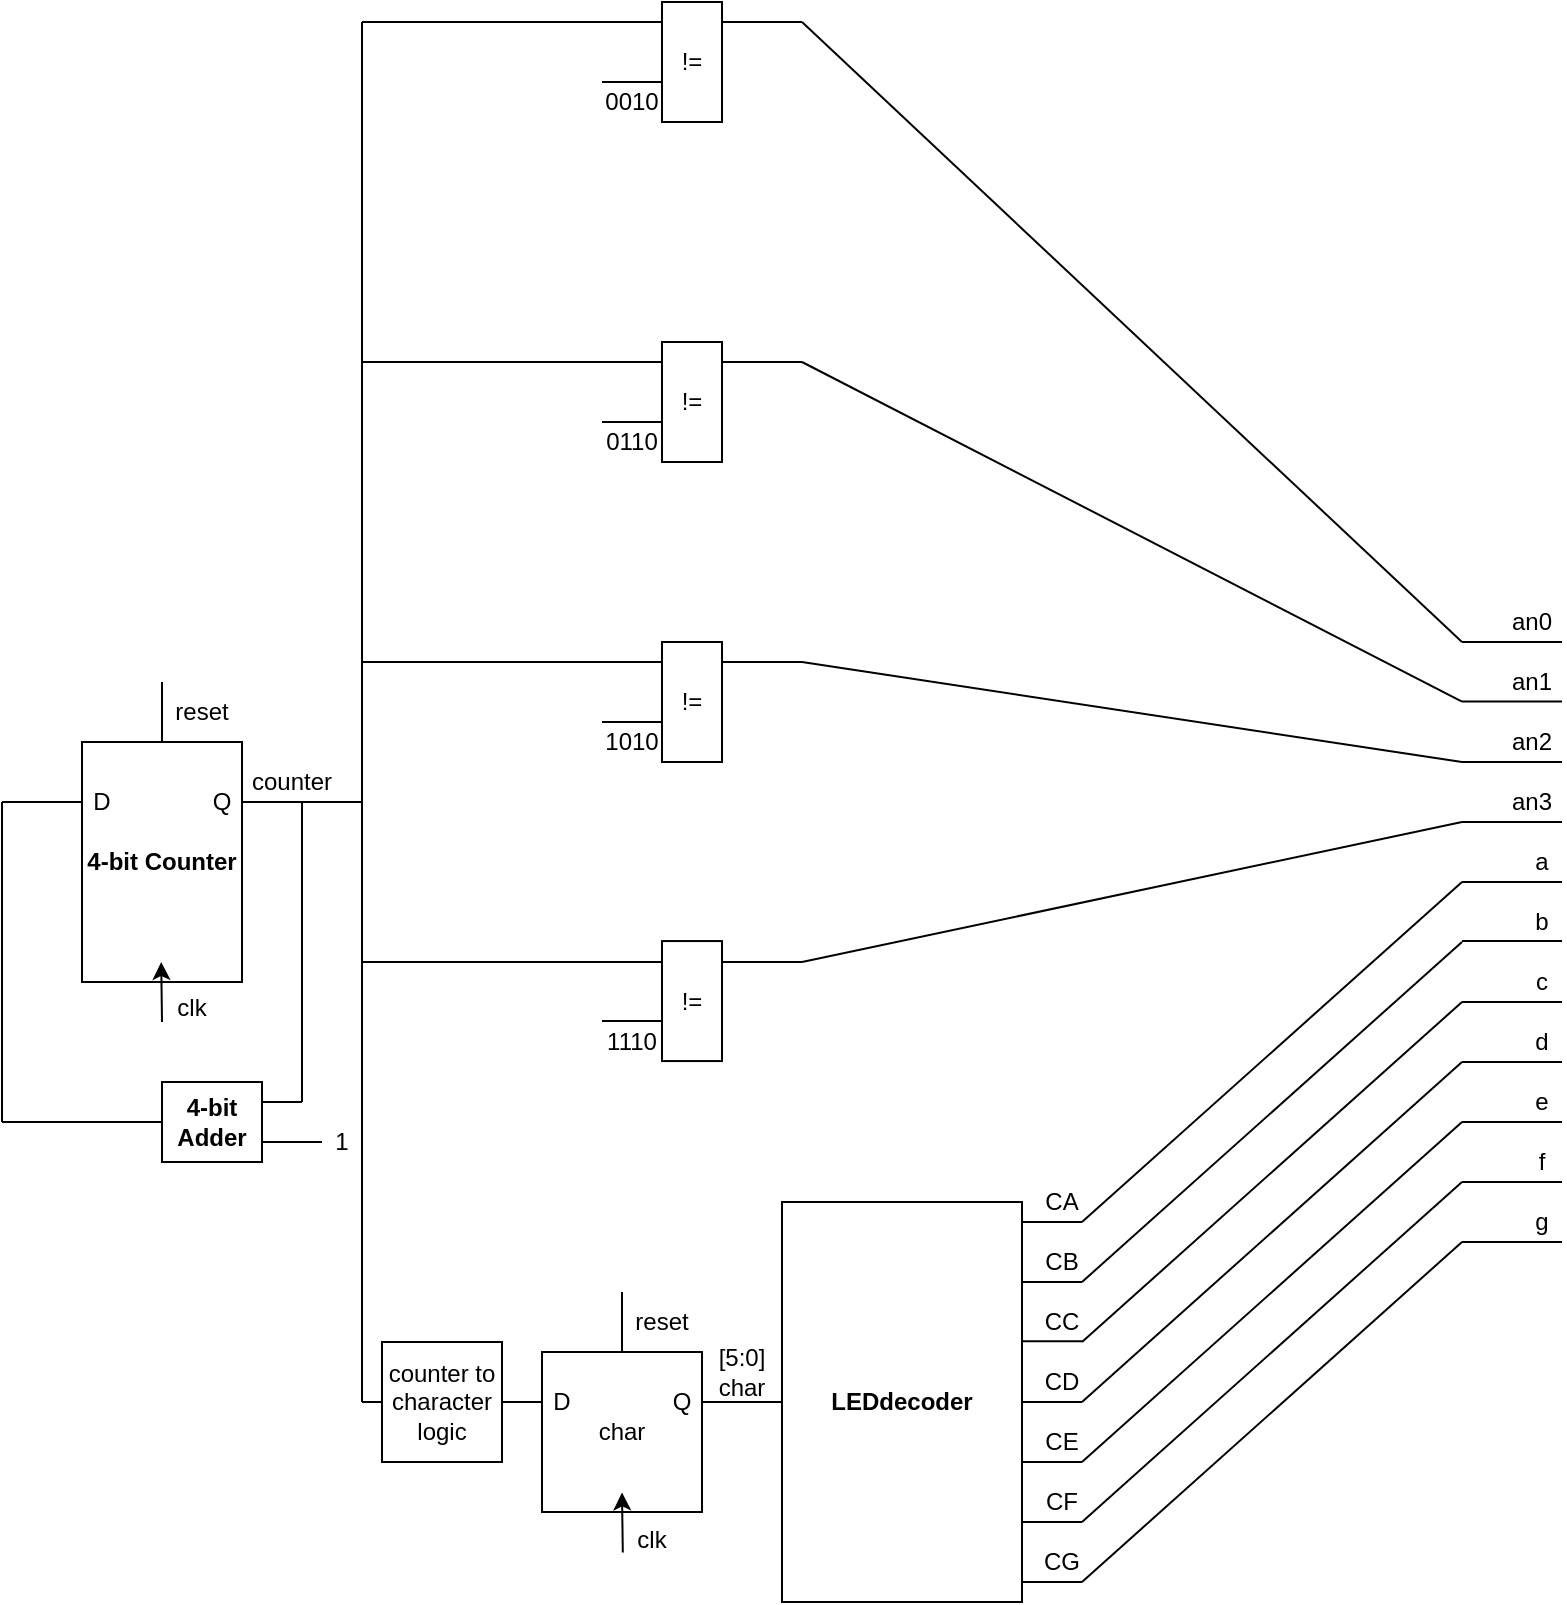
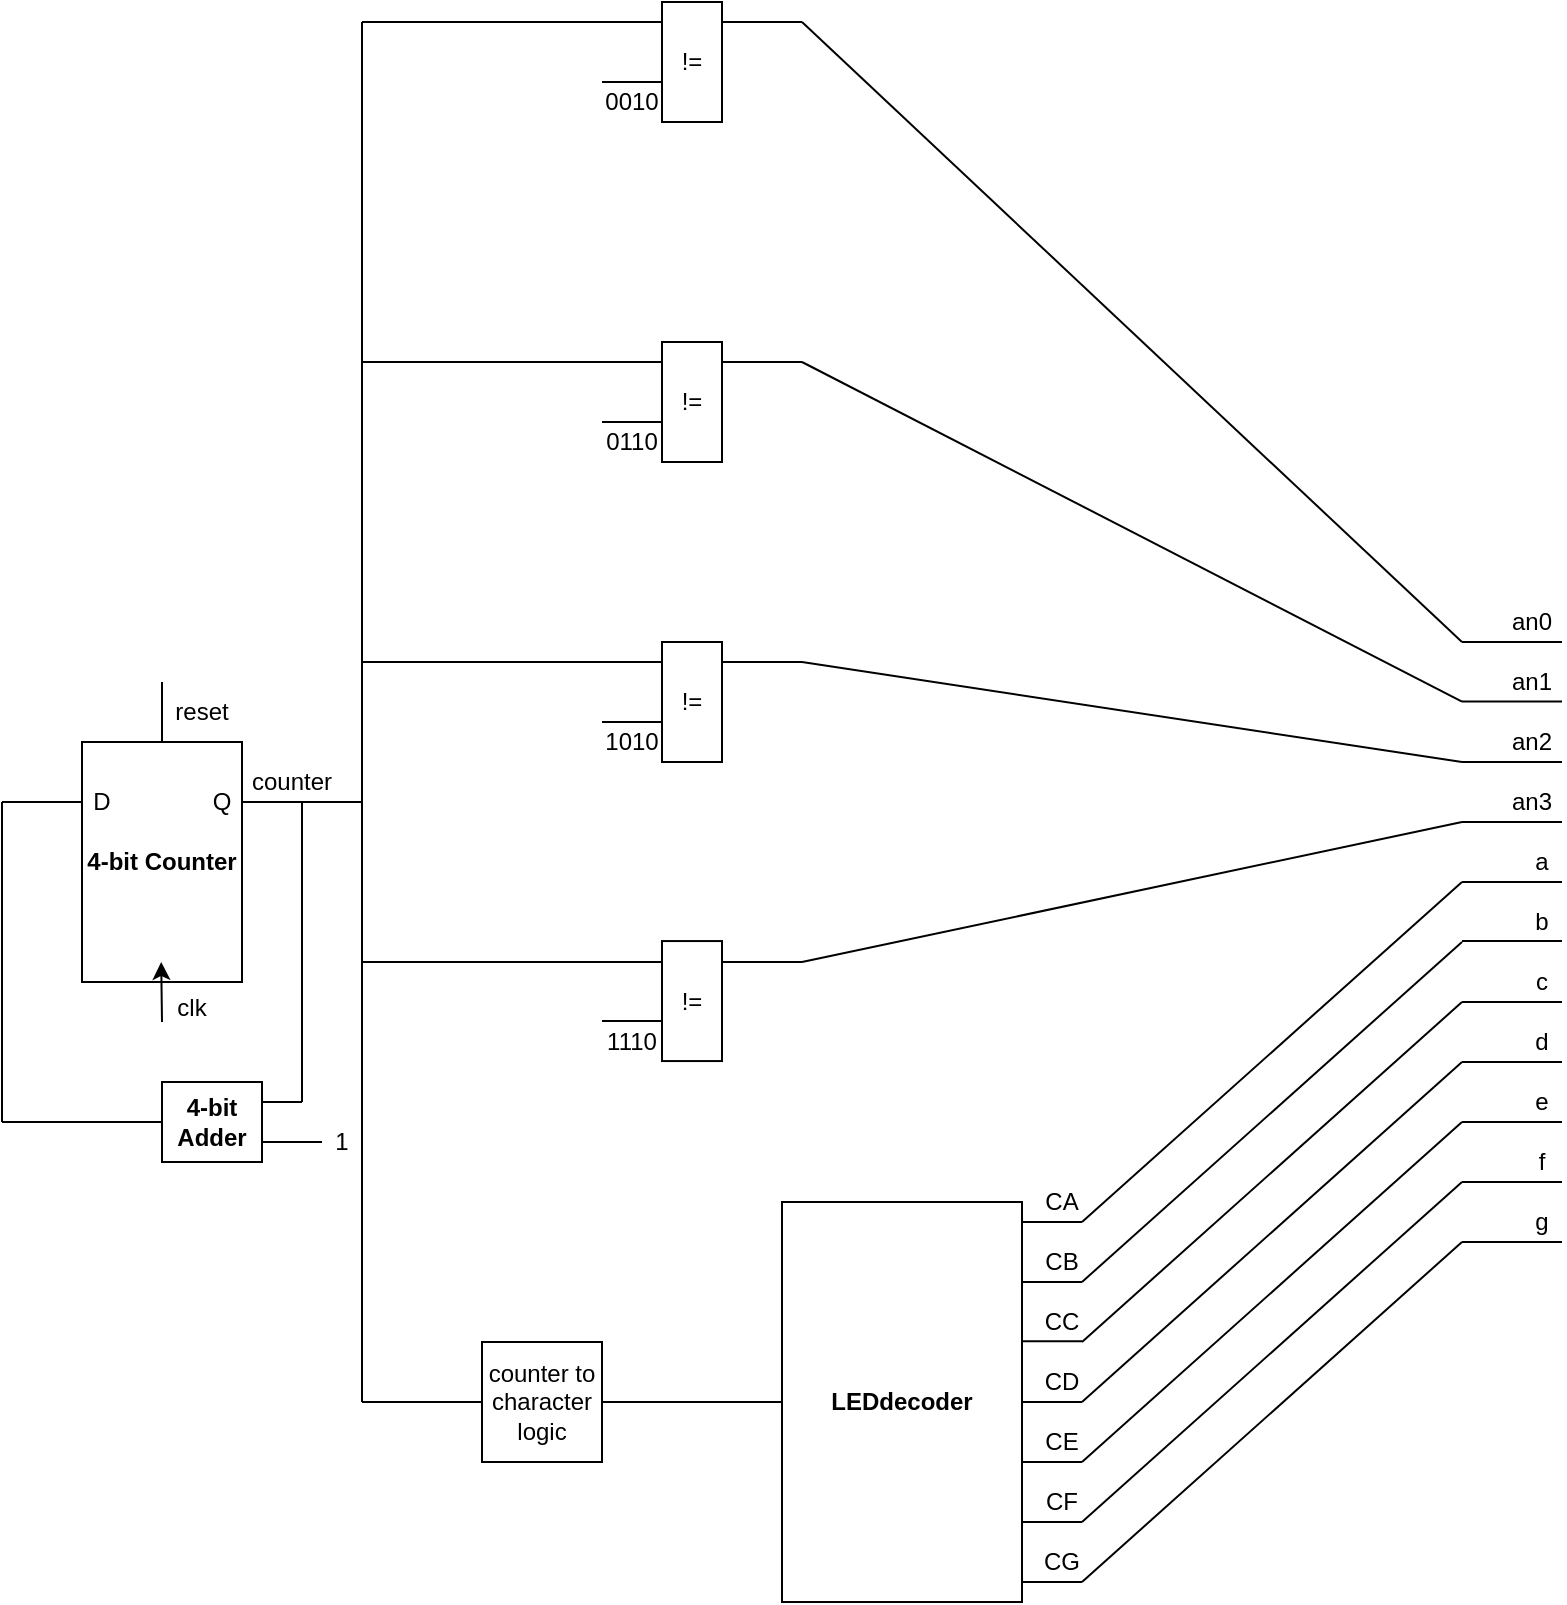
<mxfile host="app.diagrams.net" agent="Mozilla/5.0 (Windows NT 10.0; Win64; x64) AppleWebKit/537.36 (KHTML, like Gecko) Chrome/129.0.0.0 Safari/537.36" version="24.7.17">
  <diagram name="Page-1" id="hpPfOp3uY8buvRwtda5L">
-     <mxGraphModel dx="1185" dy="647" grid="1" gridSize="10" guides="1" tooltips="1" connect="1" arrows="1" fold="1" page="1" pageScale="1" pageWidth="850" pageHeight="1100" math="0" shadow="0">
+     <mxGraphModel dx="1430" dy="781" grid="1" gridSize="10" guides="1" tooltips="1" connect="1" arrows="1" fold="1" page="1" pageScale="1" pageWidth="850" pageHeight="1100" math="0" shadow="0">
      <root>
        <mxCell id="0" />
        <mxCell id="1" parent="0" />
        <mxCell id="9CYQvoIqutxqGw7--wnA-104" value="&lt;b&gt;4-bit Counter&lt;/b&gt;" style="rounded=0;whiteSpace=wrap;html=1;" parent="1" vertex="1">
          <mxGeometry x="60" y="460" width="80" height="120" as="geometry" />
        </mxCell>
        <mxCell id="9CYQvoIqutxqGw7--wnA-106" value="" style="endArrow=classic;html=1;rounded=0;" parent="1" edge="1">
          <mxGeometry width="50" height="50" relative="1" as="geometry">
            <mxPoint x="100" y="600" as="sourcePoint" />
            <mxPoint x="99.6" y="570" as="targetPoint" />
          </mxGeometry>
        </mxCell>
        <mxCell id="9CYQvoIqutxqGw7--wnA-107" value="" style="group" parent="1" vertex="1" connectable="0">
          <mxGeometry x="100" y="580" width="30" height="20" as="geometry" />
        </mxCell>
        <mxCell id="9CYQvoIqutxqGw7--wnA-108" value="clk" style="text;html=1;align=center;verticalAlign=middle;whiteSpace=wrap;rounded=0;movable=1;resizable=1;rotatable=1;deletable=1;editable=1;locked=0;connectable=1;" parent="9CYQvoIqutxqGw7--wnA-107" vertex="1">
          <mxGeometry y="6.666666666666666" width="30" height="13.333333333333332" as="geometry" />
        </mxCell>
        <mxCell id="9CYQvoIqutxqGw7--wnA-109" value="" style="endArrow=none;html=1;rounded=0;exitX=1;exitY=0.25;exitDx=0;exitDy=0;" parent="1" source="9CYQvoIqutxqGw7--wnA-104" edge="1">
          <mxGeometry width="50" height="50" relative="1" as="geometry">
            <mxPoint x="140" y="480" as="sourcePoint" />
            <mxPoint x="170" y="490" as="targetPoint" />
          </mxGeometry>
        </mxCell>
        <mxCell id="9CYQvoIqutxqGw7--wnA-110" value="" style="endArrow=none;html=1;rounded=0;" parent="1" edge="1">
          <mxGeometry width="50" height="50" relative="1" as="geometry">
            <mxPoint x="170" y="640" as="sourcePoint" />
            <mxPoint x="170" y="490" as="targetPoint" />
          </mxGeometry>
        </mxCell>
        <mxCell id="9CYQvoIqutxqGw7--wnA-112" value="&lt;b&gt;4-bit Adder&lt;/b&gt;" style="rounded=0;whiteSpace=wrap;html=1;rotation=0;" parent="1" vertex="1">
          <mxGeometry x="100" y="630" width="50" height="40" as="geometry" />
        </mxCell>
        <mxCell id="9CYQvoIqutxqGw7--wnA-113" value="" style="endArrow=none;html=1;rounded=0;" parent="1" edge="1">
          <mxGeometry width="50" height="50" relative="1" as="geometry">
            <mxPoint x="150" y="660" as="sourcePoint" />
            <mxPoint x="180" y="660" as="targetPoint" />
          </mxGeometry>
        </mxCell>
        <mxCell id="9CYQvoIqutxqGw7--wnA-114" value="" style="endArrow=none;html=1;rounded=0;exitX=1;exitY=0.25;exitDx=0;exitDy=0;" parent="1" source="9CYQvoIqutxqGw7--wnA-112" edge="1">
          <mxGeometry width="50" height="50" relative="1" as="geometry">
            <mxPoint x="270" y="650" as="sourcePoint" />
            <mxPoint x="170" y="640" as="targetPoint" />
          </mxGeometry>
        </mxCell>
        <mxCell id="9CYQvoIqutxqGw7--wnA-118" value="1" style="text;html=1;align=center;verticalAlign=middle;whiteSpace=wrap;rounded=0;" parent="1" vertex="1">
          <mxGeometry x="180" y="650" width="20" height="20" as="geometry" />
        </mxCell>
        <mxCell id="9CYQvoIqutxqGw7--wnA-119" value="" style="endArrow=none;html=1;rounded=0;entryX=0;entryY=0.5;entryDx=0;entryDy=0;" parent="1" target="9CYQvoIqutxqGw7--wnA-112" edge="1">
          <mxGeometry width="50" height="50" relative="1" as="geometry">
            <mxPoint x="20" y="650" as="sourcePoint" />
            <mxPoint x="80" y="650" as="targetPoint" />
          </mxGeometry>
        </mxCell>
        <mxCell id="9CYQvoIqutxqGw7--wnA-120" value="" style="endArrow=none;html=1;rounded=0;" parent="1" edge="1">
          <mxGeometry width="50" height="50" relative="1" as="geometry">
            <mxPoint x="20" y="650" as="sourcePoint" />
            <mxPoint x="20" y="490" as="targetPoint" />
          </mxGeometry>
        </mxCell>
        <mxCell id="9CYQvoIqutxqGw7--wnA-122" value="" style="endArrow=none;html=1;rounded=0;entryX=0;entryY=0.25;entryDx=0;entryDy=0;" parent="1" target="9CYQvoIqutxqGw7--wnA-104" edge="1">
          <mxGeometry width="50" height="50" relative="1" as="geometry">
            <mxPoint x="20" y="490" as="sourcePoint" />
            <mxPoint x="210" y="480" as="targetPoint" />
          </mxGeometry>
        </mxCell>
        <mxCell id="9CYQvoIqutxqGw7--wnA-123" value="Q" style="text;html=1;align=center;verticalAlign=middle;whiteSpace=wrap;rounded=0;" parent="1" vertex="1">
          <mxGeometry x="120" y="480" width="20" height="20" as="geometry" />
        </mxCell>
        <mxCell id="9CYQvoIqutxqGw7--wnA-124" value="D" style="text;html=1;align=center;verticalAlign=middle;whiteSpace=wrap;rounded=0;" parent="1" vertex="1">
          <mxGeometry x="60" y="475" width="20" height="30" as="geometry" />
        </mxCell>
        <mxCell id="9CYQvoIqutxqGw7--wnA-126" value="" style="endArrow=none;html=1;rounded=0;exitX=0.5;exitY=0;exitDx=0;exitDy=0;" parent="1" source="9CYQvoIqutxqGw7--wnA-104" edge="1">
          <mxGeometry width="50" height="50" relative="1" as="geometry">
            <mxPoint x="100" y="400" as="sourcePoint" />
            <mxPoint x="100" y="430" as="targetPoint" />
            <Array as="points" />
          </mxGeometry>
        </mxCell>
        <mxCell id="9CYQvoIqutxqGw7--wnA-127" value="reset" style="text;html=1;align=center;verticalAlign=middle;whiteSpace=wrap;rounded=0;" parent="1" vertex="1">
          <mxGeometry x="100" y="430" width="40" height="30" as="geometry" />
        </mxCell>
        <mxCell id="9CYQvoIqutxqGw7--wnA-128" value="" style="endArrow=none;html=1;rounded=0;" parent="1" edge="1">
          <mxGeometry width="50" height="50" relative="1" as="geometry">
            <mxPoint x="750" y="410" as="sourcePoint" />
            <mxPoint x="800" y="410" as="targetPoint" />
          </mxGeometry>
        </mxCell>
        <mxCell id="9CYQvoIqutxqGw7--wnA-129" value="an0" style="text;html=1;align=center;verticalAlign=middle;whiteSpace=wrap;rounded=0;container=0;" parent="1" vertex="1">
          <mxGeometry x="770" y="390" width="30" height="20" as="geometry" />
        </mxCell>
        <mxCell id="9CYQvoIqutxqGw7--wnA-130" value="" style="endArrow=none;html=1;rounded=0;" parent="1" edge="1">
          <mxGeometry width="50" height="50" relative="1" as="geometry">
            <mxPoint x="750" y="439.78" as="sourcePoint" />
            <mxPoint x="800" y="439.78" as="targetPoint" />
          </mxGeometry>
        </mxCell>
        <mxCell id="9CYQvoIqutxqGw7--wnA-131" value="an1" style="text;html=1;align=center;verticalAlign=middle;whiteSpace=wrap;rounded=0;container=0;" parent="1" vertex="1">
          <mxGeometry x="770" y="419.78" width="30" height="20" as="geometry" />
        </mxCell>
        <mxCell id="9CYQvoIqutxqGw7--wnA-132" value="" style="endArrow=none;html=1;rounded=0;" parent="1" edge="1">
          <mxGeometry width="50" height="50" relative="1" as="geometry">
            <mxPoint x="750" y="470" as="sourcePoint" />
            <mxPoint x="800" y="470" as="targetPoint" />
          </mxGeometry>
        </mxCell>
        <mxCell id="9CYQvoIqutxqGw7--wnA-133" value="an2" style="text;html=1;align=center;verticalAlign=middle;whiteSpace=wrap;rounded=0;container=0;" parent="1" vertex="1">
          <mxGeometry x="770" y="450" width="30" height="20" as="geometry" />
        </mxCell>
        <mxCell id="9CYQvoIqutxqGw7--wnA-134" value="" style="endArrow=none;html=1;rounded=0;" parent="1" edge="1">
          <mxGeometry width="50" height="50" relative="1" as="geometry">
            <mxPoint x="750" y="500" as="sourcePoint" />
            <mxPoint x="800" y="500" as="targetPoint" />
          </mxGeometry>
        </mxCell>
        <mxCell id="9CYQvoIqutxqGw7--wnA-135" value="an3" style="text;html=1;align=center;verticalAlign=middle;whiteSpace=wrap;rounded=0;container=0;" parent="1" vertex="1">
          <mxGeometry x="770" y="480" width="30" height="20" as="geometry" />
        </mxCell>
        <mxCell id="9CYQvoIqutxqGw7--wnA-138" value="" style="endArrow=none;html=1;rounded=0;" parent="1" edge="1">
          <mxGeometry width="50" height="50" relative="1" as="geometry">
            <mxPoint x="750" y="530" as="sourcePoint" />
            <mxPoint x="800" y="530" as="targetPoint" />
          </mxGeometry>
        </mxCell>
        <mxCell id="9CYQvoIqutxqGw7--wnA-139" value="a" style="text;html=1;align=center;verticalAlign=middle;whiteSpace=wrap;rounded=0;container=0;" parent="1" vertex="1">
          <mxGeometry x="780" y="510" width="20" height="20" as="geometry" />
        </mxCell>
        <mxCell id="9CYQvoIqutxqGw7--wnA-140" value="" style="endArrow=none;html=1;rounded=0;" parent="1" edge="1">
          <mxGeometry width="50" height="50" relative="1" as="geometry">
            <mxPoint x="750" y="559.53" as="sourcePoint" />
            <mxPoint x="800" y="559.53" as="targetPoint" />
          </mxGeometry>
        </mxCell>
        <mxCell id="9CYQvoIqutxqGw7--wnA-141" value="b" style="text;html=1;align=center;verticalAlign=middle;whiteSpace=wrap;rounded=0;container=0;" parent="1" vertex="1">
          <mxGeometry x="780" y="539.53" width="20" height="20" as="geometry" />
        </mxCell>
        <mxCell id="9CYQvoIqutxqGw7--wnA-142" value="" style="endArrow=none;html=1;rounded=0;" parent="1" edge="1">
          <mxGeometry width="50" height="50" relative="1" as="geometry">
            <mxPoint x="750" y="590" as="sourcePoint" />
            <mxPoint x="800" y="590" as="targetPoint" />
          </mxGeometry>
        </mxCell>
        <mxCell id="9CYQvoIqutxqGw7--wnA-143" value="c" style="text;html=1;align=center;verticalAlign=middle;whiteSpace=wrap;rounded=0;container=0;" parent="1" vertex="1">
          <mxGeometry x="780" y="570" width="20" height="20" as="geometry" />
        </mxCell>
        <mxCell id="VKr9sad7g_TPfOKpRM5F-1" value="" style="endArrow=none;html=1;rounded=0;" parent="1" edge="1">
          <mxGeometry width="50" height="50" relative="1" as="geometry">
            <mxPoint x="750" y="620" as="sourcePoint" />
            <mxPoint x="800" y="620" as="targetPoint" />
          </mxGeometry>
        </mxCell>
        <mxCell id="VKr9sad7g_TPfOKpRM5F-2" value="d" style="text;html=1;align=center;verticalAlign=middle;whiteSpace=wrap;rounded=0;container=0;" parent="1" vertex="1">
          <mxGeometry x="780" y="600" width="20" height="20" as="geometry" />
        </mxCell>
        <mxCell id="VKr9sad7g_TPfOKpRM5F-3" value="" style="endArrow=none;html=1;rounded=0;" parent="1" edge="1">
          <mxGeometry width="50" height="50" relative="1" as="geometry">
            <mxPoint x="750" y="650" as="sourcePoint" />
            <mxPoint x="800" y="650" as="targetPoint" />
          </mxGeometry>
        </mxCell>
        <mxCell id="VKr9sad7g_TPfOKpRM5F-4" value="e" style="text;html=1;align=center;verticalAlign=middle;whiteSpace=wrap;rounded=0;container=0;" parent="1" vertex="1">
          <mxGeometry x="780" y="630" width="20" height="20" as="geometry" />
        </mxCell>
        <mxCell id="VKr9sad7g_TPfOKpRM5F-5" value="" style="endArrow=none;html=1;rounded=0;" parent="1" edge="1">
          <mxGeometry width="50" height="50" relative="1" as="geometry">
            <mxPoint x="750" y="680" as="sourcePoint" />
            <mxPoint x="800" y="680" as="targetPoint" />
          </mxGeometry>
        </mxCell>
        <mxCell id="VKr9sad7g_TPfOKpRM5F-6" value="f" style="text;html=1;align=center;verticalAlign=middle;whiteSpace=wrap;rounded=0;container=0;" parent="1" vertex="1">
          <mxGeometry x="780" y="660" width="20" height="20" as="geometry" />
        </mxCell>
        <mxCell id="VKr9sad7g_TPfOKpRM5F-7" value="" style="endArrow=none;html=1;rounded=0;" parent="1" edge="1">
          <mxGeometry width="50" height="50" relative="1" as="geometry">
            <mxPoint x="750" y="710" as="sourcePoint" />
            <mxPoint x="800" y="710" as="targetPoint" />
          </mxGeometry>
        </mxCell>
        <mxCell id="VKr9sad7g_TPfOKpRM5F-8" value="g" style="text;html=1;align=center;verticalAlign=middle;whiteSpace=wrap;rounded=0;container=0;" parent="1" vertex="1">
          <mxGeometry x="780" y="690" width="20" height="20" as="geometry" />
        </mxCell>
        <mxCell id="VKr9sad7g_TPfOKpRM5F-67" value="" style="endArrow=none;html=1;rounded=0;" parent="1" edge="1">
          <mxGeometry width="50" height="50" relative="1" as="geometry">
            <mxPoint x="420" y="100" as="sourcePoint" />
            <mxPoint x="750" y="410" as="targetPoint" />
          </mxGeometry>
        </mxCell>
        <mxCell id="VKr9sad7g_TPfOKpRM5F-68" value="" style="endArrow=none;html=1;rounded=0;" parent="1" edge="1">
          <mxGeometry width="50" height="50" relative="1" as="geometry">
            <mxPoint x="420" y="270" as="sourcePoint" />
            <mxPoint x="750" y="439.78" as="targetPoint" />
          </mxGeometry>
        </mxCell>
        <mxCell id="VKr9sad7g_TPfOKpRM5F-69" value="" style="endArrow=none;html=1;rounded=0;" parent="1" edge="1">
          <mxGeometry width="50" height="50" relative="1" as="geometry">
            <mxPoint x="420" y="420" as="sourcePoint" />
            <mxPoint x="750" y="470" as="targetPoint" />
          </mxGeometry>
        </mxCell>
        <mxCell id="VKr9sad7g_TPfOKpRM5F-70" value="" style="endArrow=none;html=1;rounded=0;" parent="1" edge="1">
          <mxGeometry width="50" height="50" relative="1" as="geometry">
            <mxPoint x="420" y="570" as="sourcePoint" />
            <mxPoint x="750" y="500" as="targetPoint" />
          </mxGeometry>
        </mxCell>
        <mxCell id="VKr9sad7g_TPfOKpRM5F-74" value="" style="endArrow=none;html=1;rounded=0;exitX=1;exitY=1;exitDx=0;exitDy=0;" parent="1" source="9CYQvoIqutxqGw7--wnA-34" edge="1">
          <mxGeometry width="50" height="50" relative="1" as="geometry">
            <mxPoint x="610" y="670" as="sourcePoint" />
            <mxPoint x="750" y="530" as="targetPoint" />
          </mxGeometry>
        </mxCell>
        <mxCell id="VKr9sad7g_TPfOKpRM5F-75" value="" style="endArrow=none;html=1;rounded=0;exitX=1;exitY=1;exitDx=0;exitDy=0;" parent="1" source="9CYQvoIqutxqGw7--wnA-35" edge="1">
          <mxGeometry width="50" height="50" relative="1" as="geometry">
            <mxPoint x="700" y="610" as="sourcePoint" />
            <mxPoint x="750" y="560" as="targetPoint" />
          </mxGeometry>
        </mxCell>
        <mxCell id="VKr9sad7g_TPfOKpRM5F-76" value="" style="endArrow=none;html=1;rounded=0;exitX=1;exitY=1;exitDx=0;exitDy=0;" parent="1" source="9CYQvoIqutxqGw7--wnA-36" edge="1">
          <mxGeometry width="50" height="50" relative="1" as="geometry">
            <mxPoint x="700" y="640" as="sourcePoint" />
            <mxPoint x="750" y="590" as="targetPoint" />
          </mxGeometry>
        </mxCell>
        <mxCell id="VKr9sad7g_TPfOKpRM5F-77" value="" style="endArrow=none;html=1;rounded=0;exitX=1;exitY=1;exitDx=0;exitDy=0;" parent="1" source="9CYQvoIqutxqGw7--wnA-37" edge="1">
          <mxGeometry width="50" height="50" relative="1" as="geometry">
            <mxPoint x="700" y="670" as="sourcePoint" />
            <mxPoint x="750" y="620" as="targetPoint" />
          </mxGeometry>
        </mxCell>
        <mxCell id="VKr9sad7g_TPfOKpRM5F-78" value="" style="endArrow=none;html=1;rounded=0;exitX=1;exitY=1;exitDx=0;exitDy=0;" parent="1" source="9CYQvoIqutxqGw7--wnA-38" edge="1">
          <mxGeometry width="50" height="50" relative="1" as="geometry">
            <mxPoint x="700" y="700" as="sourcePoint" />
            <mxPoint x="750" y="650" as="targetPoint" />
          </mxGeometry>
        </mxCell>
        <mxCell id="VKr9sad7g_TPfOKpRM5F-79" value="" style="endArrow=none;html=1;rounded=0;exitX=1;exitY=1;exitDx=0;exitDy=0;" parent="1" source="9CYQvoIqutxqGw7--wnA-39" edge="1">
          <mxGeometry width="50" height="50" relative="1" as="geometry">
            <mxPoint x="700" y="730" as="sourcePoint" />
            <mxPoint x="750" y="680" as="targetPoint" />
          </mxGeometry>
        </mxCell>
        <mxCell id="VKr9sad7g_TPfOKpRM5F-80" value="" style="endArrow=none;html=1;rounded=0;exitX=1;exitY=1;exitDx=0;exitDy=0;" parent="1" source="9CYQvoIqutxqGw7--wnA-40" edge="1">
          <mxGeometry width="50" height="50" relative="1" as="geometry">
            <mxPoint x="700" y="760" as="sourcePoint" />
            <mxPoint x="750" y="710" as="targetPoint" />
          </mxGeometry>
        </mxCell>
        <mxCell id="VKr9sad7g_TPfOKpRM5F-81" value="!=" style="rounded=0;whiteSpace=wrap;html=1;" parent="1" vertex="1">
          <mxGeometry x="350" y="90" width="30" height="60" as="geometry" />
        </mxCell>
        <mxCell id="VKr9sad7g_TPfOKpRM5F-83" value="" style="endArrow=none;html=1;rounded=0;" parent="1" edge="1">
          <mxGeometry width="50" height="50" relative="1" as="geometry">
            <mxPoint x="320" y="130" as="sourcePoint" />
            <mxPoint x="350" y="130" as="targetPoint" />
          </mxGeometry>
        </mxCell>
        <mxCell id="VKr9sad7g_TPfOKpRM5F-84" value="0010" style="text;html=1;align=center;verticalAlign=middle;whiteSpace=wrap;rounded=0;" parent="1" vertex="1">
          <mxGeometry x="320" y="130" width="30" height="20" as="geometry" />
        </mxCell>
        <mxCell id="VKr9sad7g_TPfOKpRM5F-85" value="counter" style="text;html=1;align=center;verticalAlign=middle;whiteSpace=wrap;rounded=0;" parent="1" vertex="1">
          <mxGeometry x="140" y="470" width="50" height="20" as="geometry" />
        </mxCell>
        <mxCell id="VKr9sad7g_TPfOKpRM5F-86" value="" style="endArrow=none;html=1;rounded=0;" parent="1" edge="1">
          <mxGeometry width="50" height="50" relative="1" as="geometry">
            <mxPoint x="170" y="490" as="sourcePoint" />
            <mxPoint x="200" y="490" as="targetPoint" />
          </mxGeometry>
        </mxCell>
        <mxCell id="VKr9sad7g_TPfOKpRM5F-87" value="" style="endArrow=none;html=1;rounded=0;" parent="1" edge="1">
          <mxGeometry width="50" height="50" relative="1" as="geometry">
            <mxPoint x="200" y="490" as="sourcePoint" />
            <mxPoint x="200" y="100" as="targetPoint" />
          </mxGeometry>
        </mxCell>
        <mxCell id="VKr9sad7g_TPfOKpRM5F-88" value="" style="endArrow=none;html=1;rounded=0;" parent="1" edge="1">
          <mxGeometry width="50" height="50" relative="1" as="geometry">
            <mxPoint x="200" y="100" as="sourcePoint" />
            <mxPoint x="350" y="100" as="targetPoint" />
          </mxGeometry>
        </mxCell>
        <mxCell id="VKr9sad7g_TPfOKpRM5F-90" value="" style="endArrow=none;html=1;rounded=0;exitX=1;exitY=0.5;exitDx=0;exitDy=0;" parent="1" edge="1">
          <mxGeometry width="50" height="50" relative="1" as="geometry">
            <mxPoint x="380" y="100" as="sourcePoint" />
            <mxPoint x="420" y="100" as="targetPoint" />
          </mxGeometry>
        </mxCell>
        <mxCell id="VKr9sad7g_TPfOKpRM5F-91" value="" style="endArrow=none;html=1;rounded=0;" parent="1" edge="1">
          <mxGeometry width="50" height="50" relative="1" as="geometry">
            <mxPoint x="200" y="270" as="sourcePoint" />
            <mxPoint x="420" y="270" as="targetPoint" />
          </mxGeometry>
        </mxCell>
        <mxCell id="VKr9sad7g_TPfOKpRM5F-92" value="" style="endArrow=none;html=1;rounded=0;" parent="1" edge="1">
          <mxGeometry width="50" height="50" relative="1" as="geometry">
            <mxPoint x="200" y="420" as="sourcePoint" />
            <mxPoint x="420" y="420" as="targetPoint" />
          </mxGeometry>
        </mxCell>
        <mxCell id="VKr9sad7g_TPfOKpRM5F-93" value="" style="endArrow=none;html=1;rounded=0;" parent="1" edge="1">
          <mxGeometry width="50" height="50" relative="1" as="geometry">
            <mxPoint x="200" y="790" as="sourcePoint" />
            <mxPoint x="200" y="490" as="targetPoint" />
          </mxGeometry>
        </mxCell>
        <mxCell id="VKr9sad7g_TPfOKpRM5F-94" value="" style="endArrow=none;html=1;rounded=0;" parent="1" edge="1">
          <mxGeometry width="50" height="50" relative="1" as="geometry">
            <mxPoint x="200" y="570" as="sourcePoint" />
            <mxPoint x="420" y="570" as="targetPoint" />
          </mxGeometry>
        </mxCell>
        <mxCell id="VKr9sad7g_TPfOKpRM5F-95" value="counter to character logic" style="rounded=0;whiteSpace=wrap;html=1;" parent="1" vertex="1">
-           <mxGeometry x="210" y="760" width="60" height="60" as="geometry" />
-         </mxCell>
-         <mxCell id="VKr9sad7g_TPfOKpRM5F-96" value="" style="endArrow=none;html=1;rounded=0;exitX=1;exitY=0.5;exitDx=0;exitDy=0;" parent="1" source="VKr9sad7g_TPfOKpRM5F-95" edge="1">
-           <mxGeometry width="50" height="50" relative="1" as="geometry">
-             <mxPoint x="240" y="840" as="sourcePoint" />
-             <mxPoint x="290" y="790" as="targetPoint" />
-           </mxGeometry>
-         </mxCell>
-         <mxCell id="VKr9sad7g_TPfOKpRM5F-97" value="" style="endArrow=none;html=1;rounded=0;" parent="1" edge="1">
+           <mxGeometry x="260" y="760" width="60" height="60" as="geometry" />
+         </mxCell>
+         <mxCell id="VKr9sad7g_TPfOKpRM5F-97" value="" style="endArrow=none;html=1;rounded=0;entryX=0;entryY=0.5;entryDx=0;entryDy=0;" parent="1" edge="1" target="VKr9sad7g_TPfOKpRM5F-95">
          <mxGeometry width="50" height="50" relative="1" as="geometry">
            <mxPoint x="200" y="790" as="sourcePoint" />
            <mxPoint x="210" y="790" as="targetPoint" />
          </mxGeometry>
        </mxCell>
        <mxCell id="VKr9sad7g_TPfOKpRM5F-101" value="!=" style="rounded=0;whiteSpace=wrap;html=1;" parent="1" vertex="1">
          <mxGeometry x="350" y="260" width="30" height="60" as="geometry" />
        </mxCell>
        <mxCell id="VKr9sad7g_TPfOKpRM5F-102" value="" style="endArrow=none;html=1;rounded=0;" parent="1" edge="1">
          <mxGeometry width="50" height="50" relative="1" as="geometry">
            <mxPoint x="320" y="300" as="sourcePoint" />
            <mxPoint x="350" y="300" as="targetPoint" />
          </mxGeometry>
        </mxCell>
        <mxCell id="VKr9sad7g_TPfOKpRM5F-103" value="0110" style="text;html=1;align=center;verticalAlign=middle;whiteSpace=wrap;rounded=0;" parent="1" vertex="1">
          <mxGeometry x="320" y="300" width="30" height="20" as="geometry" />
        </mxCell>
        <mxCell id="VKr9sad7g_TPfOKpRM5F-104" value="!=" style="rounded=0;whiteSpace=wrap;html=1;" parent="1" vertex="1">
          <mxGeometry x="350" y="410" width="30" height="60" as="geometry" />
        </mxCell>
        <mxCell id="VKr9sad7g_TPfOKpRM5F-105" value="" style="endArrow=none;html=1;rounded=0;" parent="1" edge="1">
          <mxGeometry width="50" height="50" relative="1" as="geometry">
            <mxPoint x="320" y="450" as="sourcePoint" />
            <mxPoint x="350" y="450" as="targetPoint" />
          </mxGeometry>
        </mxCell>
        <mxCell id="VKr9sad7g_TPfOKpRM5F-106" value="1010" style="text;html=1;align=center;verticalAlign=middle;whiteSpace=wrap;rounded=0;" parent="1" vertex="1">
          <mxGeometry x="320" y="450" width="30" height="20" as="geometry" />
        </mxCell>
        <mxCell id="VKr9sad7g_TPfOKpRM5F-107" value="!=" style="rounded=0;whiteSpace=wrap;html=1;" parent="1" vertex="1">
          <mxGeometry x="350" y="559.53" width="30" height="60" as="geometry" />
        </mxCell>
        <mxCell id="VKr9sad7g_TPfOKpRM5F-108" value="" style="endArrow=none;html=1;rounded=0;" parent="1" edge="1">
          <mxGeometry width="50" height="50" relative="1" as="geometry">
            <mxPoint x="320" y="599.53" as="sourcePoint" />
            <mxPoint x="350" y="599.53" as="targetPoint" />
          </mxGeometry>
        </mxCell>
        <mxCell id="VKr9sad7g_TPfOKpRM5F-109" value="1110" style="text;html=1;align=center;verticalAlign=middle;whiteSpace=wrap;rounded=0;" parent="1" vertex="1">
          <mxGeometry x="320" y="599.53" width="30" height="20" as="geometry" />
        </mxCell>
        <mxCell id="9CYQvoIqutxqGw7--wnA-71" value="" style="group" parent="1" vertex="1" connectable="0">
          <mxGeometry x="370" y="680" width="190" height="210" as="geometry" />
        </mxCell>
        <mxCell id="9CYQvoIqutxqGw7--wnA-24" value="&lt;b&gt;LEDdecoder&lt;/b&gt;" style="rounded=0;whiteSpace=wrap;html=1;" parent="9CYQvoIqutxqGw7--wnA-71" vertex="1">
          <mxGeometry x="40" y="10" width="120" height="200" as="geometry" />
        </mxCell>
        <mxCell id="9CYQvoIqutxqGw7--wnA-35" value="CB" style="text;html=1;align=center;verticalAlign=middle;whiteSpace=wrap;rounded=0;" parent="9CYQvoIqutxqGw7--wnA-71" vertex="1">
          <mxGeometry x="170" y="30" width="20" height="20" as="geometry" />
        </mxCell>
        <mxCell id="9CYQvoIqutxqGw7--wnA-36" value="CC" style="text;html=1;align=center;verticalAlign=middle;whiteSpace=wrap;rounded=0;" parent="9CYQvoIqutxqGw7--wnA-71" vertex="1">
          <mxGeometry x="170" y="60" width="20" height="20" as="geometry" />
        </mxCell>
        <mxCell id="9CYQvoIqutxqGw7--wnA-37" value="CD" style="text;html=1;align=center;verticalAlign=middle;whiteSpace=wrap;rounded=0;" parent="9CYQvoIqutxqGw7--wnA-71" vertex="1">
          <mxGeometry x="170" y="90" width="20" height="20" as="geometry" />
        </mxCell>
        <mxCell id="9CYQvoIqutxqGw7--wnA-38" value="CE" style="text;html=1;align=center;verticalAlign=middle;whiteSpace=wrap;rounded=0;" parent="9CYQvoIqutxqGw7--wnA-71" vertex="1">
          <mxGeometry x="170" y="120" width="20" height="20" as="geometry" />
        </mxCell>
        <mxCell id="9CYQvoIqutxqGw7--wnA-39" value="CF" style="text;html=1;align=center;verticalAlign=middle;whiteSpace=wrap;rounded=0;" parent="9CYQvoIqutxqGw7--wnA-71" vertex="1">
          <mxGeometry x="170" y="150" width="20" height="20" as="geometry" />
        </mxCell>
        <mxCell id="9CYQvoIqutxqGw7--wnA-40" value="CG" style="text;html=1;align=center;verticalAlign=middle;whiteSpace=wrap;rounded=0;" parent="9CYQvoIqutxqGw7--wnA-71" vertex="1">
          <mxGeometry x="170" y="180" width="20" height="20" as="geometry" />
        </mxCell>
        <mxCell id="9CYQvoIqutxqGw7--wnA-34" value="CA" style="text;html=1;align=center;verticalAlign=middle;whiteSpace=wrap;rounded=0;" parent="9CYQvoIqutxqGw7--wnA-71" vertex="1">
          <mxGeometry x="170" width="20" height="20" as="geometry" />
        </mxCell>
        <mxCell id="9CYQvoIqutxqGw7--wnA-59" value="" style="endArrow=none;html=1;rounded=0;exitX=1;exitY=0.5;exitDx=0;exitDy=0;" parent="9CYQvoIqutxqGw7--wnA-71" source="9CYQvoIqutxqGw7--wnA-24" edge="1">
          <mxGeometry width="50" height="50" relative="1" as="geometry">
            <mxPoint x="140" y="160" as="sourcePoint" />
            <mxPoint x="190" y="110" as="targetPoint" />
          </mxGeometry>
        </mxCell>
-         <mxCell id="9CYQvoIqutxqGw7--wnA-63" value="" style="group" parent="9CYQvoIqutxqGw7--wnA-71" vertex="1" connectable="0">
-           <mxGeometry y="80" width="40" height="30" as="geometry" />
-         </mxCell>
-         <mxCell id="9CYQvoIqutxqGw7--wnA-61" value="" style="endArrow=none;html=1;rounded=0;entryX=0;entryY=0.5;entryDx=0;entryDy=0;" parent="9CYQvoIqutxqGw7--wnA-63" target="9CYQvoIqutxqGw7--wnA-24" edge="1">
-           <mxGeometry width="50" height="50" relative="1" as="geometry">
-             <mxPoint y="30" as="sourcePoint" />
-             <mxPoint x="20" y="50" as="targetPoint" />
-           </mxGeometry>
-         </mxCell>
-         <mxCell id="9CYQvoIqutxqGw7--wnA-26" value="[5:0] char" style="text;html=1;align=center;verticalAlign=middle;whiteSpace=wrap;rounded=0;movable=1;resizable=1;rotatable=1;deletable=1;editable=1;locked=0;connectable=1;" parent="9CYQvoIqutxqGw7--wnA-63" vertex="1">
-           <mxGeometry width="40" height="30" as="geometry" />
-         </mxCell>
        <mxCell id="9CYQvoIqutxqGw7--wnA-65" value="" style="endArrow=none;html=1;rounded=0;exitX=1;exitY=0.5;exitDx=0;exitDy=0;" parent="9CYQvoIqutxqGw7--wnA-71" edge="1">
          <mxGeometry width="50" height="50" relative="1" as="geometry">
            <mxPoint x="160" y="20" as="sourcePoint" />
            <mxPoint x="190" y="20" as="targetPoint" />
          </mxGeometry>
        </mxCell>
        <mxCell id="9CYQvoIqutxqGw7--wnA-66" value="" style="endArrow=none;html=1;rounded=0;exitX=1;exitY=0.5;exitDx=0;exitDy=0;" parent="9CYQvoIqutxqGw7--wnA-71" edge="1">
          <mxGeometry width="50" height="50" relative="1" as="geometry">
            <mxPoint x="160" y="50" as="sourcePoint" />
            <mxPoint x="190" y="50" as="targetPoint" />
          </mxGeometry>
        </mxCell>
        <mxCell id="9CYQvoIqutxqGw7--wnA-67" value="" style="endArrow=none;html=1;rounded=0;exitX=1;exitY=0.5;exitDx=0;exitDy=0;" parent="9CYQvoIqutxqGw7--wnA-71" edge="1">
          <mxGeometry width="50" height="50" relative="1" as="geometry">
            <mxPoint x="160" y="79.62" as="sourcePoint" />
            <mxPoint x="190" y="79.62" as="targetPoint" />
          </mxGeometry>
        </mxCell>
        <mxCell id="9CYQvoIqutxqGw7--wnA-68" value="" style="endArrow=none;html=1;rounded=0;exitX=1;exitY=0.5;exitDx=0;exitDy=0;" parent="9CYQvoIqutxqGw7--wnA-71" edge="1">
          <mxGeometry width="50" height="50" relative="1" as="geometry">
            <mxPoint x="160" y="140" as="sourcePoint" />
            <mxPoint x="190" y="140" as="targetPoint" />
          </mxGeometry>
        </mxCell>
        <mxCell id="9CYQvoIqutxqGw7--wnA-69" value="" style="endArrow=none;html=1;rounded=0;exitX=1;exitY=0.5;exitDx=0;exitDy=0;" parent="9CYQvoIqutxqGw7--wnA-71" edge="1">
          <mxGeometry width="50" height="50" relative="1" as="geometry">
            <mxPoint x="160" y="170" as="sourcePoint" />
            <mxPoint x="190" y="170" as="targetPoint" />
          </mxGeometry>
        </mxCell>
        <mxCell id="9CYQvoIqutxqGw7--wnA-70" value="" style="endArrow=none;html=1;rounded=0;exitX=1;exitY=0.5;exitDx=0;exitDy=0;" parent="9CYQvoIqutxqGw7--wnA-71" edge="1">
          <mxGeometry width="50" height="50" relative="1" as="geometry">
            <mxPoint x="160" y="200" as="sourcePoint" />
            <mxPoint x="190" y="200" as="targetPoint" />
          </mxGeometry>
        </mxCell>
-         <mxCell id="VKr9sad7g_TPfOKpRM5F-25" value="" style="group" parent="1" vertex="1" connectable="0">
-           <mxGeometry x="290" y="735" width="80" height="130.22000000000003" as="geometry" />
-         </mxCell>
-         <mxCell id="VKr9sad7g_TPfOKpRM5F-9" value="char" style="rounded=0;whiteSpace=wrap;html=1;" parent="VKr9sad7g_TPfOKpRM5F-25" vertex="1">
-           <mxGeometry y="30" width="80" height="80" as="geometry" />
-         </mxCell>
-         <mxCell id="VKr9sad7g_TPfOKpRM5F-17" value="D" style="text;html=1;align=center;verticalAlign=middle;whiteSpace=wrap;rounded=0;" parent="VKr9sad7g_TPfOKpRM5F-25" vertex="1">
-           <mxGeometry y="40" width="20" height="30" as="geometry" />
-         </mxCell>
-         <mxCell id="VKr9sad7g_TPfOKpRM5F-18" value="Q" style="text;html=1;align=center;verticalAlign=middle;whiteSpace=wrap;rounded=0;" parent="VKr9sad7g_TPfOKpRM5F-25" vertex="1">
-           <mxGeometry x="60" y="45" width="20" height="20" as="geometry" />
-         </mxCell>
-         <mxCell id="VKr9sad7g_TPfOKpRM5F-22" value="" style="group" parent="VKr9sad7g_TPfOKpRM5F-25" vertex="1" connectable="0">
-           <mxGeometry x="40" y="100.22000000000003" width="30.400000000000006" height="30" as="geometry" />
-         </mxCell>
-         <mxCell id="VKr9sad7g_TPfOKpRM5F-19" value="" style="endArrow=classic;html=1;rounded=0;" parent="VKr9sad7g_TPfOKpRM5F-22" edge="1">
-           <mxGeometry width="50" height="50" relative="1" as="geometry">
-             <mxPoint x="0.4000000000000057" y="30" as="sourcePoint" />
-             <mxPoint as="targetPoint" />
-           </mxGeometry>
-         </mxCell>
-         <mxCell id="VKr9sad7g_TPfOKpRM5F-20" value="" style="group" parent="VKr9sad7g_TPfOKpRM5F-22" vertex="1" connectable="0">
-           <mxGeometry x="0.4000000000000057" y="10" width="30" height="20" as="geometry" />
-         </mxCell>
-         <mxCell id="VKr9sad7g_TPfOKpRM5F-21" value="clk" style="text;html=1;align=center;verticalAlign=middle;whiteSpace=wrap;rounded=0;movable=1;resizable=1;rotatable=1;deletable=1;editable=1;locked=0;connectable=1;" parent="VKr9sad7g_TPfOKpRM5F-20" vertex="1">
-           <mxGeometry y="6.666666666666666" width="30" height="13.333333333333332" as="geometry" />
-         </mxCell>
-         <mxCell id="VKr9sad7g_TPfOKpRM5F-23" value="" style="endArrow=none;html=1;rounded=0;exitX=0.5;exitY=0;exitDx=0;exitDy=0;" parent="VKr9sad7g_TPfOKpRM5F-25" edge="1">
-           <mxGeometry width="50" height="50" relative="1" as="geometry">
-             <mxPoint x="40" y="30" as="sourcePoint" />
-             <mxPoint x="40" as="targetPoint" />
-             <Array as="points" />
-           </mxGeometry>
-         </mxCell>
-         <mxCell id="VKr9sad7g_TPfOKpRM5F-24" value="reset" style="text;html=1;align=center;verticalAlign=middle;whiteSpace=wrap;rounded=0;" parent="VKr9sad7g_TPfOKpRM5F-25" vertex="1">
-           <mxGeometry x="40" width="40" height="30" as="geometry" />
+         <mxCell id="qLimoAttBSMnjXjMuxY2-2" value="" style="endArrow=none;html=1;rounded=0;exitX=1;exitY=0.5;exitDx=0;exitDy=0;entryX=0;entryY=0.5;entryDx=0;entryDy=0;" edge="1" parent="1" source="VKr9sad7g_TPfOKpRM5F-95" target="9CYQvoIqutxqGw7--wnA-24">
+           <mxGeometry width="50" height="50" relative="1" as="geometry">
+             <mxPoint x="320" y="880" as="sourcePoint" />
+             <mxPoint x="370" y="830" as="targetPoint" />
+           </mxGeometry>
        </mxCell>
      </root>
    </mxGraphModel>
  </diagram>
</mxfile>
